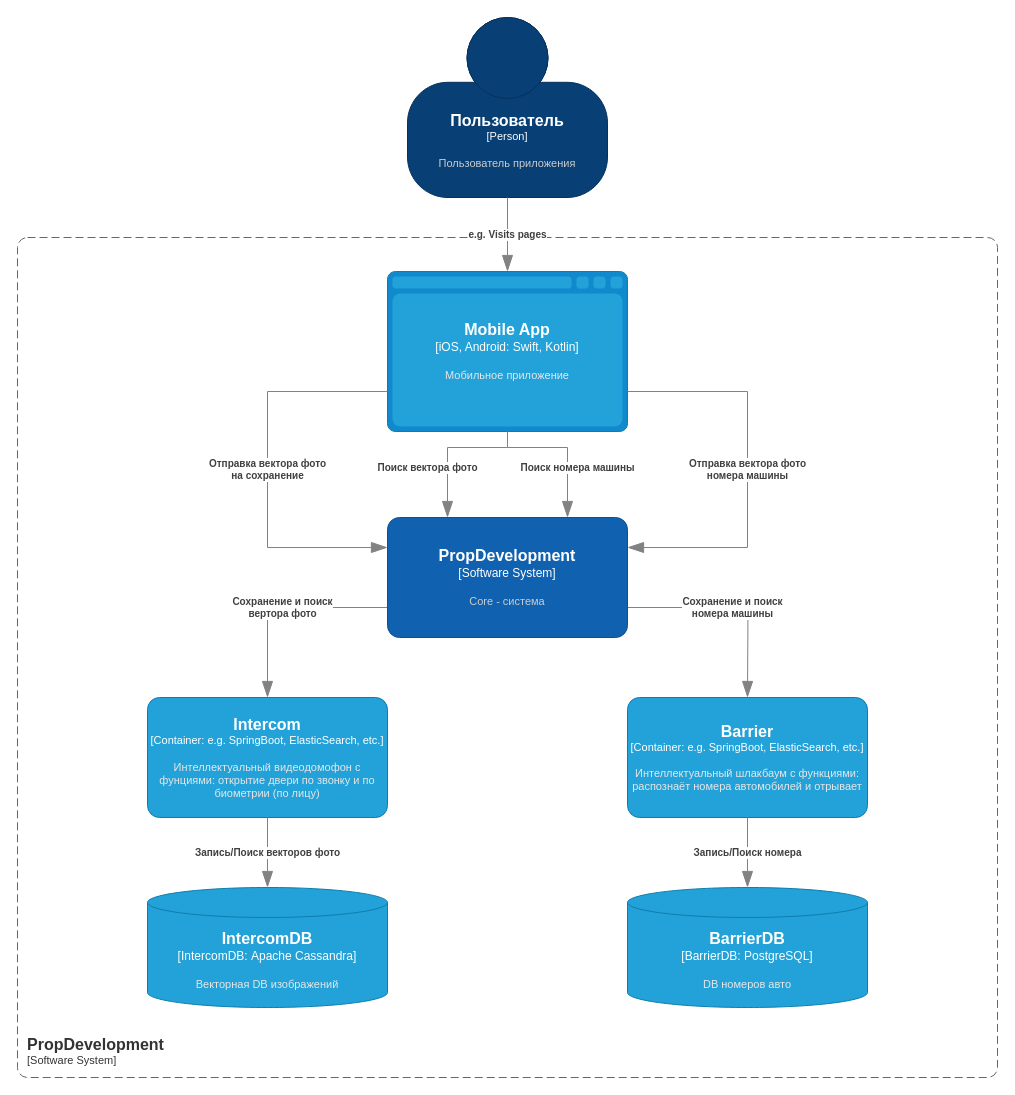
Earlier version of the draw.io diagram Exc3/C4_context.drawio (RyabchikovVN/architecture-sprint-7). Source tidied: cells renumbered, new cells numbered last; positions are measured from the earlier drawing's top-left corner, leaving out a move shared by most shapes. Both pictures are drawn from the tidied source at 100%, with x=0, y=0 at pixel (17, 17).
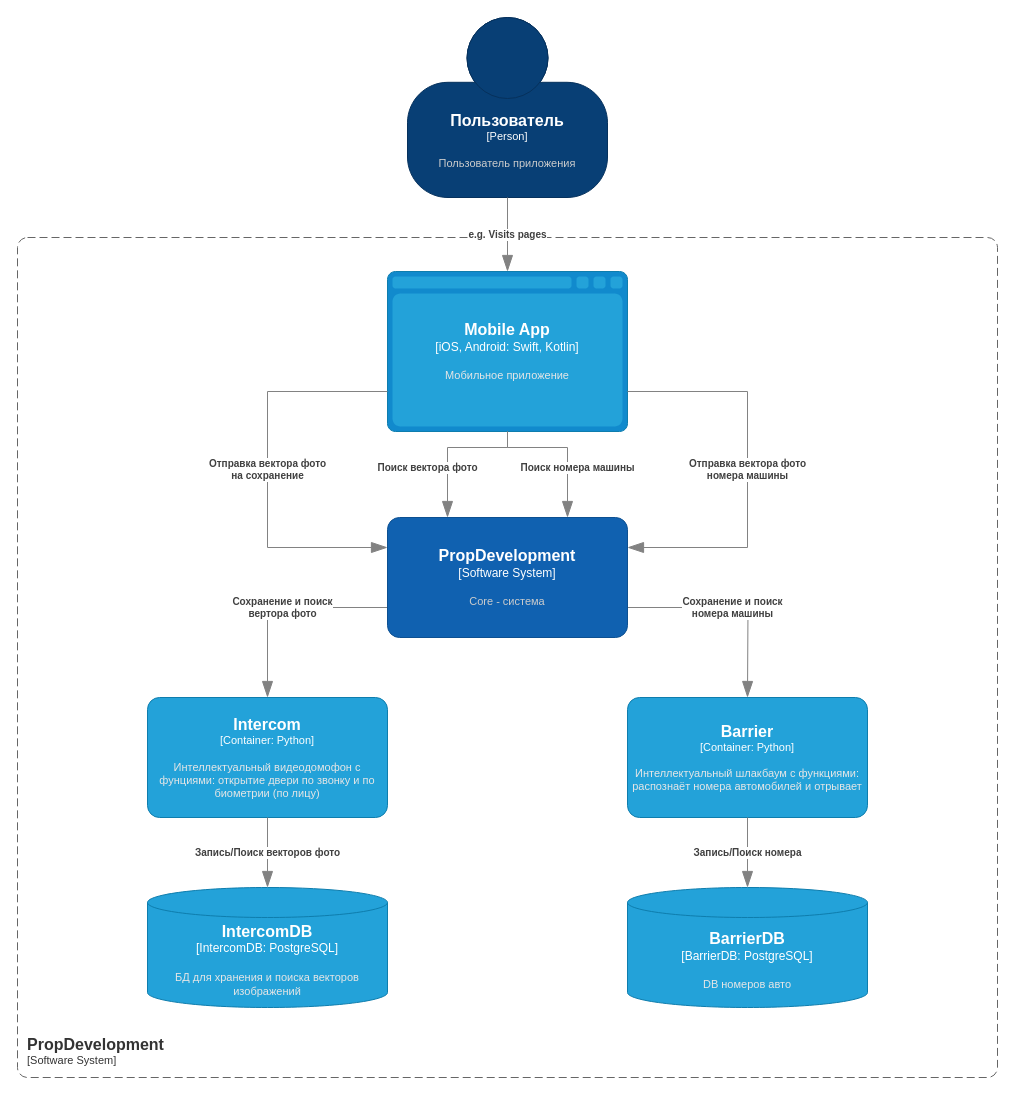
After the change.

Change to the diagram source:
```diff
@@
-    <object id="6" label="&lt;font style=&quot;font-size: 16px&quot;&gt;&lt;b&gt;%c4Type%&lt;/b&gt;&lt;/font&gt;&lt;div&gt;[%c4Container%:&amp;nbsp;%c4Technology%]&lt;/div&gt;&lt;br&gt;&lt;div&gt;&lt;font style=&quot;font-size: 11px&quot;&gt;&lt;font color=&quot;#E6E6E6&quot;&gt;%c4Description%&lt;/font&gt;&lt;/div&gt;" c4Container="IntercomDB" c4Description="Векторная DB изображений" c4Technology="Apache Cassandra" c4Type="IntercomDB" placeholders="1">
+    <object id="6" label="&lt;font style=&quot;font-size: 16px&quot;&gt;&lt;b&gt;%c4Type%&lt;/b&gt;&lt;/font&gt;&lt;div&gt;[%c4Container%:&amp;nbsp;%c4Technology%]&lt;/div&gt;&lt;br&gt;&lt;div&gt;&lt;font style=&quot;font-size: 11px&quot;&gt;&lt;font color=&quot;#E6E6E6&quot;&gt;%c4Description%&lt;/font&gt;&lt;/div&gt;" c4Container="IntercomDB" c4Description="БД для хранения и поиска векторов изображений" c4Technology="PostgreSQL" c4Type="IntercomDB" placeholders="1">
       <mxCell style="shape=cylinder3;size=15;whiteSpace=wrap;html=1;boundedLbl=1;rounded=0;labelBackgroundColor=none;fillColor=#23A2D9;fontSize=12;fontColor=#ffffff;align=center;strokeColor=#0E7DAD;points=[[0.5,0,0],[1,0.25,0],[1,0.5,0],[1,0.75,0],[0.5,1,0],[0,0.75,0],[0,0.5,0],[0,0.25,0]];" parent="1" vertex="1">
         <mxGeometry x="130" y="870" width="240" height="120" as="geometry" />
       </mxCell>
     </object>
-    <object id="7" label="&lt;font style=&quot;font-size: 16px&quot;&gt;&lt;b&gt;%c4Name%&lt;/b&gt;&lt;/font&gt;&lt;div&gt;[%c4Type%: %c4Technology%]&lt;/div&gt;&lt;br&gt;&lt;div&gt;&lt;font style=&quot;font-size: 11px&quot;&gt;&lt;font color=&quot;#E6E6E6&quot;&gt;%c4Description%&lt;/font&gt;&lt;/div&gt;" c4Description="Интеллектуальный видеодомофон с фунциями: открытие двери по звонку и по биометрии (по лицу)" c4Name="Intercom" c4Technology="e.g. SpringBoot, ElasticSearch, etc." c4Type="Container" placeholders="1">
+    <object id="7" label="&lt;font style=&quot;font-size: 16px&quot;&gt;&lt;b&gt;%c4Name%&lt;/b&gt;&lt;/font&gt;&lt;div&gt;[%c4Type%: %c4Technology%]&lt;/div&gt;&lt;br&gt;&lt;div&gt;&lt;font style=&quot;font-size: 11px&quot;&gt;&lt;font color=&quot;#E6E6E6&quot;&gt;%c4Description%&lt;/font&gt;&lt;/div&gt;" c4Description="Интеллектуальный видеодомофон с фунциями: открытие двери по звонку и по биометрии (по лицу)" c4Name="Intercom" c4Technology="Python" c4Type="Container" placeholders="1">
       <mxCell style="rounded=1;whiteSpace=wrap;html=1;fontSize=11;labelBackgroundColor=none;fillColor=#23A2D9;fontColor=#ffffff;align=center;arcSize=10;strokeColor=#0E7DAD;points=[[0.25,0,0],[0.5,0,0],[0.75,0,0],[1,0.25,0],[1,0.5,0],[1,0.75,0],[0.75,1,0],[0.5,1,0],[0.25,1,0],[0,0.75,0],[0,0.5,0],[0,0.25,0]];" parent="1" vertex="1">
         <mxGeometry x="130" y="680" width="240" height="120" as="geometry" />
       </mxCell>
     </object>
-    <object id="8" label="&lt;font style=&quot;font-size: 16px&quot;&gt;&lt;b&gt;%c4Name%&lt;/b&gt;&lt;/font&gt;&lt;div&gt;[%c4Type%: %c4Technology%]&lt;/div&gt;&lt;br&gt;&lt;div&gt;&lt;font style=&quot;font-size: 11px&quot;&gt;&lt;font color=&quot;#E6E6E6&quot;&gt;%c4Description%&lt;/font&gt;&lt;/div&gt;" c4Description="Интеллектуальный шлакбаум с функциями: распознаёт номера автомобилей и отрывает" c4Name="Barrier" c4Technology="e.g. SpringBoot, ElasticSearch, etc." c4Type="Container" placeholders="1">
+    <object id="8" label="&lt;font style=&quot;font-size: 16px&quot;&gt;&lt;b&gt;%c4Name%&lt;/b&gt;&lt;/font&gt;&lt;div&gt;[%c4Type%: %c4Technology%]&lt;/div&gt;&lt;br&gt;&lt;div&gt;&lt;font style=&quot;font-size: 11px&quot;&gt;&lt;font color=&quot;#E6E6E6&quot;&gt;%c4Description%&lt;/font&gt;&lt;/div&gt;" c4Description="Интеллектуальный шлакбаум с функциями: распознаёт номера автомобилей и отрывает" c4Name="Barrier" c4Technology="Python" c4Type="Container" placeholders="1">
       <mxCell style="rounded=1;whiteSpace=wrap;html=1;fontSize=11;labelBackgroundColor=none;fillColor=#23A2D9;fontColor=#ffffff;align=center;arcSize=10;strokeColor=#0E7DAD;points=[[0.25,0,0],[0.5,0,0],[0.75,0,0],[1,0.25,0],[1,0.5,0],[1,0.75,0],[0.75,1,0],[0.5,1,0],[0.25,1,0],[0,0.75,0],[0,0.5,0],[0,0.25,0]];" parent="1" vertex="1">
         <mxGeometry x="610" y="680" width="240" height="120" as="geometry" />
       </mxCell>
     </object>
```
